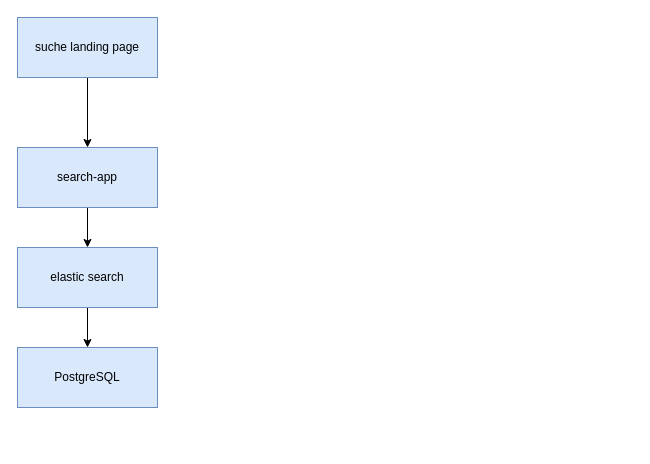
VisableHarry/seo-drawio keeps this draw.io diagram as drawio/seo.drawio. Above is the earlier version. Source tidied: cells renumbered, new cells numbered last; positions are measured from the earlier drawing's top-left corner, leaving out a move shared by most shapes. Both pictures are drawn from the tidied source at 100%, with x=0, y=0 at pixel (17, 17).
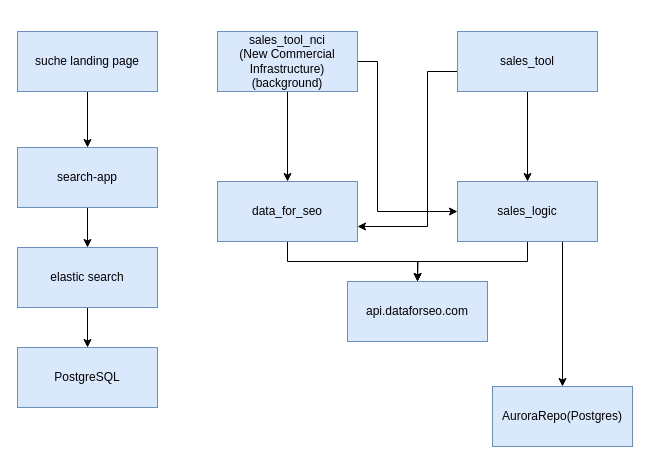
The same diagram, later.

What changed in the source:
```diff
@@
     <mxCell id="3" value="suche landing page" style="rounded=0;whiteSpace=wrap;html=1;fillColor=#dae8fc;strokeColor=#6c8ebf;" parent="1" vertex="1">
-      <mxGeometry width="140" height="60" as="geometry" />
+      <mxGeometry y="14" width="140" height="60" as="geometry" />
     </mxCell>
@@
+    <mxCell id="9" style="edgeStyle=orthogonalEdgeStyle;rounded=0;jettySize=auto;html=1;exitX=0.5;exitY=1;exitDx=0;exitDy=0;" parent="1" edge="1" source="10" target="20">
+      <mxGeometry relative="1" as="geometry" />
+    </mxCell>
+    <mxCell id="10" value="data_for_seo" style="rounded=0;whiteSpace=wrap;html=1;fillColor=#dae8fc;strokeColor=#6c8ebf;" parent="1" vertex="1">
+      <mxGeometry x="200" y="164" width="140" height="60" as="geometry" />
+    </mxCell>
+    <mxCell id="11" style="edgeStyle=orthogonalEdgeStyle;rounded=0;jettySize=auto;html=1;exitX=0.5;exitY=1;exitDx=0;exitDy=0;entryX=0.5;entryY=0;entryDx=0;entryDy=0;" parent="1" edge="1" source="13" target="10">
+      <mxGeometry relative="1" as="geometry" />
+    </mxCell>
+    <mxCell id="12" style="edgeStyle=orthogonalEdgeStyle;rounded=0;jettySize=auto;html=1;exitX=1;exitY=0.5;exitDx=0;exitDy=0;entryX=0;entryY=0.5;entryDx=0;entryDy=0;" parent="1" edge="1" source="13" target="19">
+      <mxGeometry relative="1" as="geometry">
+        <Array as="points">
+          <mxPoint x="360" y="44" />
+          <mxPoint x="360" y="194" />
+        </Array>
+      </mxGeometry>
+    </mxCell>
+    <mxCell id="13" value="sales_tool_nci&lt;div&gt;(New Commercial Infrastructure)(background)&lt;/div&gt;" style="rounded=0;whiteSpace=wrap;html=1;fillColor=#dae8fc;strokeColor=#6c8ebf;" parent="1" vertex="1">
+      <mxGeometry x="200" y="14" width="140" height="60" as="geometry" />
+    </mxCell>
+    <mxCell id="14" style="edgeStyle=orthogonalEdgeStyle;rounded=0;jettySize=auto;html=1;exitX=0.5;exitY=1;exitDx=0;exitDy=0;entryX=0.5;entryY=0;entryDx=0;entryDy=0;" parent="1" edge="1" source="16" target="19">
+      <mxGeometry relative="1" as="geometry" />
+    </mxCell>
+    <mxCell id="15" style="edgeStyle=orthogonalEdgeStyle;rounded=0;jettySize=auto;html=1;exitX=0;exitY=0.5;exitDx=0;exitDy=0;entryX=1;entryY=0.75;entryDx=0;entryDy=0;" parent="1" edge="1" source="16" target="10">
+      <mxGeometry relative="1" as="geometry">
+        <Array as="points">
+          <mxPoint x="440" y="54" />
+          <mxPoint x="410" y="54" />
+          <mxPoint x="410" y="209" />
+        </Array>
+      </mxGeometry>
+    </mxCell>
+    <mxCell id="16" value="sales_tool" style="rounded=0;whiteSpace=wrap;html=1;fillColor=#dae8fc;strokeColor=#6c8ebf;" parent="1" vertex="1">
+      <mxGeometry x="440" y="14" width="140" height="60" as="geometry" />
+    </mxCell>
+    <mxCell id="17" style="edgeStyle=orthogonalEdgeStyle;rounded=0;jettySize=auto;html=1;exitX=0.5;exitY=1;exitDx=0;exitDy=0;" parent="1" edge="1" source="19">
+      <mxGeometry relative="1" as="geometry">
+        <mxPoint x="400" y="264" as="targetPoint" />
+      </mxGeometry>
+    </mxCell>
+    <mxCell id="18" style="edgeStyle=orthogonalEdgeStyle;rounded=0;jettySize=auto;html=1;exitX=0.75;exitY=1;exitDx=0;exitDy=0;" parent="1" edge="1" source="19" target="21">
+      <mxGeometry relative="1" as="geometry" />
+    </mxCell>
+    <mxCell id="19" value="sales_logic" style="rounded=0;whiteSpace=wrap;html=1;fillColor=#dae8fc;strokeColor=#6c8ebf;" parent="1" vertex="1">
+      <mxGeometry x="440" y="164" width="140" height="60" as="geometry" />
+    </mxCell>
+    <mxCell id="20" value="api.dataforseo.com" style="rounded=0;whiteSpace=wrap;html=1;fillColor=#dae8fc;strokeColor=#6c8ebf;" parent="1" vertex="1">
+      <mxGeometry x="330" y="264" width="140" height="60" as="geometry" />
+    </mxCell>
+    <mxCell id="21" value="&lt;div&gt;AuroraRepo(Postgres)&lt;br&gt;&lt;/div&gt;" style="rounded=0;whiteSpace=wrap;html=1;fillColor=#dae8fc;strokeColor=#6c8ebf;" parent="1" vertex="1">
+      <mxGeometry x="475" y="369" width="140" height="60" as="geometry" />
+    </mxCell>
```
